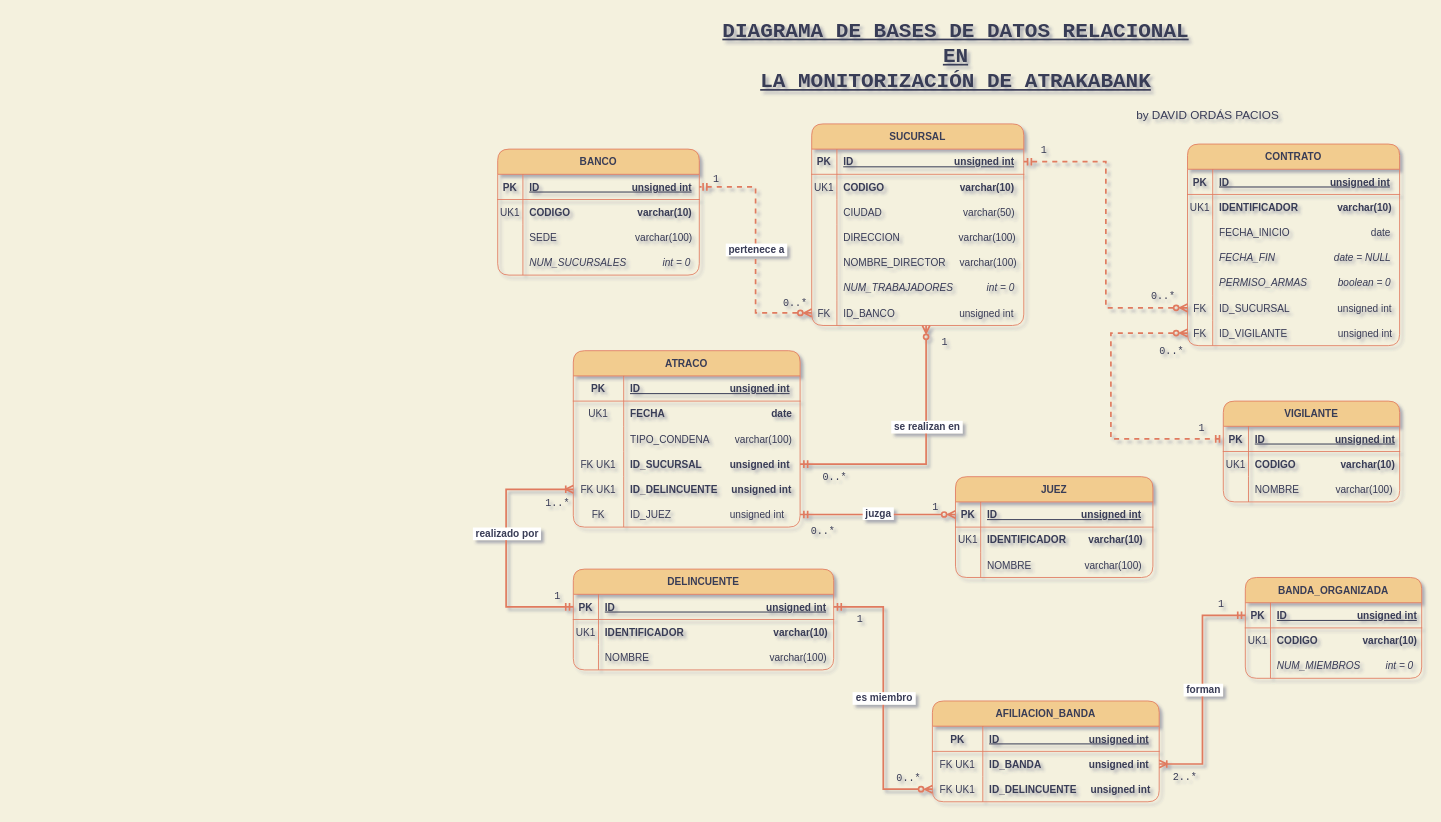
Before: page "Diagrama BBDD" (2 of 3) of diagrams/atrakabank.drawio in davorpa/atrakabank-jpa-hibernate-console, a draw.io diagram. Source tidied: cells renumbered, new cells numbered last; positions are measured from the earlier drawing's top-left corner, leaving out a move shared by most shapes. Both pictures are drawn from the tidied source at 84%, with x=0, y=0 at pixel (497, 14).
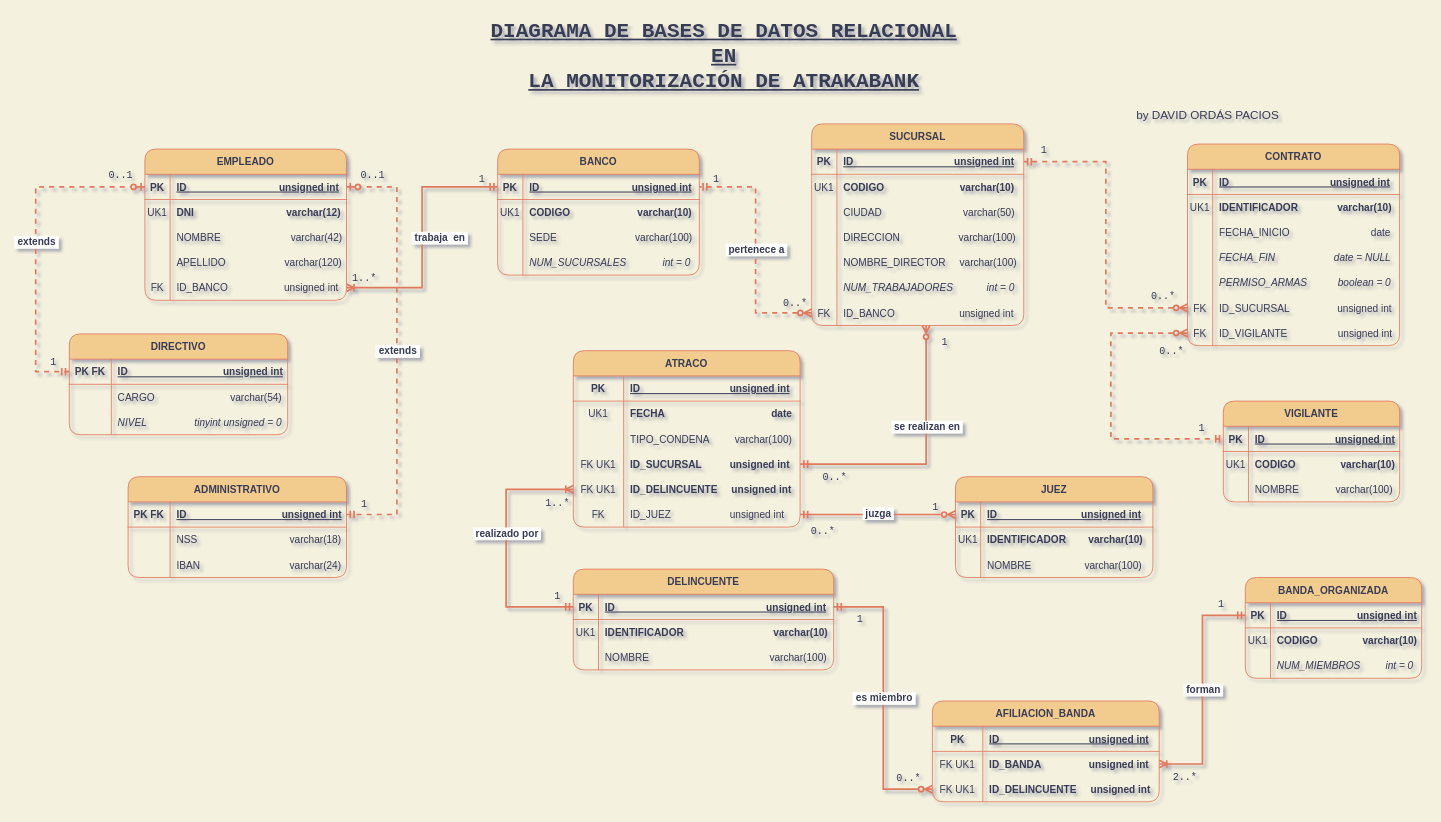
After the change.

The change refers to these unchanged cells:
```xml
<mxCell id="4" style="endArrow=ERmandOne;html=1;rounded=0;edgeStyle=elbowEdgeStyle;labelBackgroundColor=#F4F1DE;strokeColor=#E07A5F;fontColor=#393C56;strokeWidth=2;startArrow=ERzeroToMany;startFill=0;endFill=0;dashed=1;entryX=1;entryY=0.5;entryDx=0;entryDy=0;" parent="1" edge="1" source="51" target="20">
  <mxGeometry relative="1" as="geometry" />
</mxCell>
<mxCell id="20" style="shape=tableRow;horizontal=0;startSize=0;swimlaneHead=0;swimlaneBody=0;fillColor=none;points=[[0,0.5],[1,0.5]];portConstraint=eastwest;top=0;left=0;right=0;bottom=1;labelBackgroundColor=none;fontSize=12;strokeColor=#E07A5F;fontColor=#393C56;rounded=1;" parent="19" vertex="1">
  <mxGeometry y="30" width="240" height="30" as="geometry" />
</mxCell>
```

What changed in the source:
```diff
@@
     <mxCell id="2" value="DIAGRAMA DE BASES DE DATOS RELACIONAL&lt;br style=&quot;font-size: 25px&quot;&gt;EN&lt;br style=&quot;font-size: 25px&quot;&gt;LA MONITORIZACIÓN DE ATRAKABANK" style="text;html=1;align=center;verticalAlign=middle;strokeColor=none;fillColor=none;fontStyle=5;fontSize=25;fontFamily=Courier New;fontColor=#393C56;" parent="1" vertex="1">
-      <mxGeometry x="260" width="570" height="100" as="geometry" />
+      <mxGeometry x="-16" width="570" height="100" as="geometry" />
     </mxCell>
@@
-    <mxCell id="7" value="1" style="edgeLabel;html=1;align=center;verticalAlign=bottom;dashed=1;dashPattern=1 1;strokeWidth=3;labelBackgroundColor=none;fontColor=#393C56;fontSize=12;fontFamily=Courier New;" parent="4" vertex="1">
+    <mxCell id="7" value="&amp;nbsp;1&amp;nbsp;" style="edgeLabel;html=1;align=center;verticalAlign=bottom;dashed=1;dashPattern=1 1;strokeWidth=3;labelBackgroundColor=none;fontColor=#393C56;fontSize=12;fontFamily=Courier New;" parent="4" vertex="1">
       <mxGeometry x="1" relative="1" as="geometry">
         <mxPoint x="20" as="offset" />
       </mxGeometry>
     </mxCell>
@@
+    <mxCell id="160" value="EMPLEADO" style="shape=table;startSize=30;childLayout=tableLayout;rowLines=0;fontStyle=1;align=center;labelBackgroundColor=none;fontSize=12;fillColor=#F2CC8F;strokeColor=#E07A5F;fontColor=#393C56;rounded=1;" parent="1" vertex="1">
+      <mxGeometry x="-420" y="160" width="240" height="180" as="geometry" />
+    </mxCell>
+    <mxCell id="161" style="shape=tableRow;horizontal=0;startSize=0;swimlaneHead=0;swimlaneBody=0;fillColor=none;points=[[0,0.5],[1,0.5]];portConstraint=eastwest;top=0;left=0;right=0;bottom=1;labelBackgroundColor=none;fontSize=12;strokeColor=#E07A5F;fontColor=#393C56;rounded=1;" parent="160" vertex="1">
+      <mxGeometry y="30" width="240" height="30" as="geometry" />
+    </mxCell>
+    <mxCell id="162" value="PK" style="shape=partialRectangle;fillColor=none;top=0;left=0;bottom=0;right=0;fontStyle=1;overflow=hidden;labelBackgroundColor=none;fontSize=12;strokeColor=#E07A5F;fontColor=#393C56;rounded=1;" parent="161" vertex="1">
+      <mxGeometry width="30" height="30" as="geometry" />
+    </mxCell>
+    <mxCell id="163" value="ID                                 unsigned int" style="shape=partialRectangle;fillColor=none;top=0;left=0;bottom=0;right=0;align=left;spacingLeft=6;fontStyle=5;overflow=hidden;labelBackgroundColor=none;fontSize=12;strokeColor=#E07A5F;fontColor=#393C56;rounded=1;" parent="161" vertex="1">
+      <mxGeometry x="30" width="210" height="30" as="geometry" />
+    </mxCell>
+    <mxCell id="164" style="shape=tableRow;horizontal=0;startSize=0;swimlaneHead=0;swimlaneBody=0;fillColor=none;top=0;left=0;right=0;bottom=0;labelBackgroundColor=none;fontSize=12;strokeColor=#E07A5F;fontColor=#393C56;fontStyle=1;rounded=1;" parent="160" vertex="1">
+      <mxGeometry y="60" width="240" height="30" as="geometry" />
+    </mxCell>
+    <mxCell id="165" value="UK1" style="shape=partialRectangle;fillColor=none;top=0;left=0;bottom=0;right=0;overflow=hidden;labelBackgroundColor=none;fontSize=12;strokeColor=#E07A5F;fontColor=#393C56;rounded=1;" parent="164" vertex="1">
+      <mxGeometry width="30" height="30" as="geometry" />
+    </mxCell>
+    <mxCell id="166" value="DNI                                 varchar(12)" style="shape=partialRectangle;fillColor=none;top=0;left=0;bottom=0;right=0;align=left;spacingLeft=6;overflow=hidden;labelBackgroundColor=none;fontSize=12;strokeColor=#E07A5F;fontColor=#393C56;fontStyle=1;rounded=1;" parent="164" vertex="1">
+      <mxGeometry x="30" width="210" height="30" as="geometry" />
+    </mxCell>
+    <mxCell id="167" style="shape=tableRow;horizontal=0;startSize=0;swimlaneHead=0;swimlaneBody=0;fillColor=none;top=0;left=0;right=0;bottom=0;labelBackgroundColor=none;fontSize=12;strokeColor=#E07A5F;fontColor=#393C56;rounded=1;" parent="160" vertex="1">
+      <mxGeometry y="90" width="240" height="30" as="geometry" />
+    </mxCell>
+    <mxCell id="168" style="shape=partialRectangle;fillColor=none;top=0;left=0;bottom=0;right=0;overflow=hidden;labelBackgroundColor=none;fontSize=12;strokeColor=#E07A5F;fontColor=#393C56;rounded=1;" parent="167" vertex="1">
+      <mxGeometry width="30" height="30" as="geometry" />
+    </mxCell>
+    <mxCell id="169" value="NOMBRE                         varchar(42)" style="shape=partialRectangle;fillColor=none;top=0;left=0;bottom=0;right=0;align=left;spacingLeft=6;overflow=hidden;labelBackgroundColor=none;fontSize=12;strokeColor=#E07A5F;fontColor=#393C56;rounded=1;" parent="167" vertex="1">
+      <mxGeometry x="30" width="210" height="30" as="geometry" />
+    </mxCell>
+    <mxCell id="170" style="shape=tableRow;horizontal=0;startSize=0;swimlaneHead=0;swimlaneBody=0;fillColor=none;top=0;left=0;right=0;bottom=0;labelBackgroundColor=none;fontSize=12;strokeColor=#E07A5F;fontColor=#393C56;rounded=1;fontStyle=2;" parent="160" vertex="1">
+      <mxGeometry y="120" width="240" height="30" as="geometry" />
+    </mxCell>
+    <mxCell id="171" style="shape=partialRectangle;fillColor=none;top=0;left=0;bottom=0;right=0;overflow=hidden;labelBackgroundColor=none;fontSize=12;strokeColor=#E07A5F;fontColor=#393C56;rounded=1;" parent="170" vertex="1">
+      <mxGeometry width="30" height="30" as="geometry" />
+    </mxCell>
+    <mxCell id="172" value="APELLIDO                     varchar(120)" style="shape=partialRectangle;fillColor=none;top=0;left=0;bottom=0;right=0;align=left;spacingLeft=6;overflow=hidden;labelBackgroundColor=none;fontSize=12;strokeColor=#E07A5F;fontColor=#393C56;rounded=1;fontStyle=0;" parent="170" vertex="1">
+      <mxGeometry x="30" width="210" height="30" as="geometry" />
+    </mxCell>
+    <mxCell id="173" style="shape=tableRow;horizontal=0;startSize=0;swimlaneHead=0;swimlaneBody=0;fillColor=none;points=[[0,0.5],[1,0.5]];portConstraint=eastwest;top=0;left=0;right=0;bottom=0;labelBackgroundColor=none;fontSize=12;strokeColor=#E07A5F;fontColor=#393C56;rounded=1;fontStyle=2;" parent="160" vertex="1">
+      <mxGeometry y="150" width="240" height="30" as="geometry" />
+    </mxCell>
+    <mxCell id="174" value="FK" style="shape=partialRectangle;fillColor=none;top=0;left=0;bottom=0;right=0;overflow=hidden;labelBackgroundColor=none;fontSize=12;strokeColor=#E07A5F;fontColor=#393C56;rounded=1;" parent="173" vertex="1">
+      <mxGeometry width="30" height="30" as="geometry" />
+    </mxCell>
+    <mxCell id="175" value="ID_BANCO                    unsigned int" style="shape=partialRectangle;fillColor=none;top=0;left=0;bottom=0;right=0;align=left;spacingLeft=6;overflow=hidden;labelBackgroundColor=none;fontSize=12;strokeColor=#E07A5F;fontColor=#393C56;rounded=1;fontStyle=0;" parent="173" vertex="1">
+      <mxGeometry x="30" width="210" height="30" as="geometry" />
+    </mxCell>
+    <mxCell id="176" value="DIRECTIVO" style="shape=table;startSize=30;childLayout=tableLayout;rowLines=0;fontStyle=1;align=center;labelBackgroundColor=none;fontSize=12;fillColor=#F2CC8F;strokeColor=#E07A5F;fontColor=#393C56;rounded=1;" parent="1" vertex="1">
+      <mxGeometry x="-510" y="380" width="260" height="120" as="geometry" />
+    </mxCell>
+    <mxCell id="177" style="shape=tableRow;horizontal=0;startSize=0;swimlaneHead=0;swimlaneBody=0;fillColor=none;points=[[0,0.5],[1,0.5]];portConstraint=eastwest;top=0;left=0;right=0;bottom=1;labelBackgroundColor=none;fontSize=12;strokeColor=#E07A5F;fontColor=#393C56;rounded=1;" parent="176" vertex="1">
+      <mxGeometry y="30" width="260" height="30" as="geometry" />
+    </mxCell>
+    <mxCell id="178" value="PK FK" style="shape=partialRectangle;fillColor=none;top=0;left=0;bottom=0;right=0;fontStyle=1;overflow=hidden;labelBackgroundColor=none;fontSize=12;strokeColor=#E07A5F;fontColor=#393C56;rounded=1;align=center;" parent="177" vertex="1">
+      <mxGeometry width="50" height="30" as="geometry" />
+    </mxCell>
+    <mxCell id="179" value="ID                                  unsigned int" style="shape=partialRectangle;fillColor=none;top=0;left=0;bottom=0;right=0;align=left;spacingLeft=6;fontStyle=5;overflow=hidden;labelBackgroundColor=none;fontSize=12;strokeColor=#E07A5F;fontColor=#393C56;rounded=1;" parent="177" vertex="1">
+      <mxGeometry x="50" width="210" height="30" as="geometry" />
+    </mxCell>
+    <mxCell id="180" style="shape=tableRow;horizontal=0;startSize=0;swimlaneHead=0;swimlaneBody=0;fillColor=none;top=0;left=0;right=0;bottom=0;labelBackgroundColor=none;fontSize=12;strokeColor=#E07A5F;fontColor=#393C56;rounded=1;" parent="176" vertex="1">
+      <mxGeometry y="60" width="260" height="30" as="geometry" />
+    </mxCell>
+    <mxCell id="181" style="shape=partialRectangle;fillColor=none;top=0;left=0;bottom=0;right=0;overflow=hidden;labelBackgroundColor=none;fontSize=12;strokeColor=#E07A5F;fontColor=#393C56;rounded=1;" parent="180" vertex="1">
+      <mxGeometry width="50" height="30" as="geometry" />
+    </mxCell>
+    <mxCell id="182" value="CARGO                           varchar(54)" style="shape=partialRectangle;fillColor=none;top=0;left=0;bottom=0;right=0;align=left;spacingLeft=6;overflow=hidden;labelBackgroundColor=none;fontSize=12;strokeColor=#E07A5F;fontColor=#393C56;rounded=1;" parent="180" vertex="1">
+      <mxGeometry x="50" width="210" height="30" as="geometry" />
+    </mxCell>
+    <mxCell id="183" style="shape=tableRow;horizontal=0;startSize=0;swimlaneHead=0;swimlaneBody=0;fillColor=none;top=0;left=0;right=0;bottom=0;labelBackgroundColor=none;fontSize=12;strokeColor=#E07A5F;fontColor=#393C56;rounded=1;fontStyle=2;" parent="176" vertex="1">
+      <mxGeometry y="90" width="260" height="30" as="geometry" />
+    </mxCell>
+    <mxCell id="184" style="shape=partialRectangle;fillColor=none;top=0;left=0;bottom=0;right=0;overflow=hidden;labelBackgroundColor=none;fontSize=12;strokeColor=#E07A5F;fontColor=#393C56;rounded=1;" parent="183" vertex="1">
+      <mxGeometry width="50" height="30" as="geometry" />
+    </mxCell>
+    <mxCell id="185" value="NIVEL                 tinyint unsigned = 0" style="shape=partialRectangle;fillColor=none;top=0;left=0;bottom=0;right=0;align=left;spacingLeft=6;overflow=hidden;labelBackgroundColor=none;fontSize=12;strokeColor=#E07A5F;fontColor=#393C56;rounded=1;fontStyle=2;" parent="183" vertex="1">
+      <mxGeometry x="50" width="210" height="30" as="geometry" />
+    </mxCell>
+    <mxCell id="186" style="endArrow=ERzeroToOne;html=1;rounded=0;edgeStyle=elbowEdgeStyle;labelBackgroundColor=#F4F1DE;strokeColor=#E07A5F;fontColor=#393C56;strokeWidth=2;startArrow=ERmandOne;startFill=0;endFill=0;entryX=0;entryY=0.5;entryDx=0;entryDy=0;dashed=1;" parent="1" edge="1" source="177" target="161">
+      <mxGeometry relative="1" as="geometry">
+        <Array as="points">
+          <mxPoint x="-550" y="320" />
+          <mxPoint x="-590" y="318" />
+        </Array>
+      </mxGeometry>
+    </mxCell>
+    <mxCell id="187" value="&amp;nbsp;extends&amp;nbsp;" style="edgeLabel;html=1;align=center;verticalAlign=middle;dashed=1;dashPattern=1 1;strokeWidth=3;labelBackgroundColor=default;fontColor=#393C56;fontSize=12;fontStyle=1;rotation=0;" parent="186" vertex="1">
+      <mxGeometry relative="1" as="geometry" />
+    </mxCell>
+    <mxCell id="188" value="&amp;nbsp;1&amp;nbsp;" style="edgeLabel;html=1;align=center;verticalAlign=bottom;dashed=1;dashPattern=1 1;strokeWidth=3;labelBackgroundColor=none;fontColor=#393C56;fontSize=12;fontFamily=Courier New;" parent="186" vertex="1">
+      <mxGeometry x="-1" relative="1" as="geometry">
+        <mxPoint x="-20" y="-3" as="offset" />
+      </mxGeometry>
+    </mxCell>
+    <mxCell id="189" value="&amp;nbsp;0..1&amp;nbsp;" style="edgeLabel;html=1;align=center;verticalAlign=bottom;dashed=1;dashPattern=1 1;strokeWidth=3;labelBackgroundColor=none;fontColor=#393C56;fontSize=12;fontFamily=Courier New;" parent="186" vertex="1">
+      <mxGeometry x="1" relative="1" as="geometry">
+        <mxPoint x="-30" y="-5" as="offset" />
+      </mxGeometry>
+    </mxCell>
+    <mxCell id="190" value="ADMINISTRATIVO" style="shape=table;startSize=30;childLayout=tableLayout;rowLines=0;fontStyle=1;align=center;labelBackgroundColor=none;fontSize=12;fillColor=#F2CC8F;strokeColor=#E07A5F;fontColor=#393C56;rounded=1;" parent="1" vertex="1">
+      <mxGeometry x="-440" y="550" width="260" height="120" as="geometry" />
+    </mxCell>
+    <mxCell id="191" style="shape=tableRow;horizontal=0;startSize=0;swimlaneHead=0;swimlaneBody=0;fillColor=none;points=[[0,0.5],[1,0.5]];portConstraint=eastwest;top=0;left=0;right=0;bottom=1;labelBackgroundColor=none;fontSize=12;strokeColor=#E07A5F;fontColor=#393C56;rounded=1;" parent="190" vertex="1">
+      <mxGeometry y="30" width="260" height="30" as="geometry" />
+    </mxCell>
+    <mxCell id="192" value="PK FK" style="shape=partialRectangle;fillColor=none;top=0;left=0;bottom=0;right=0;fontStyle=1;overflow=hidden;labelBackgroundColor=none;fontSize=12;strokeColor=#E07A5F;fontColor=#393C56;rounded=1;align=center;" parent="191" vertex="1">
+      <mxGeometry width="50" height="30" as="geometry" />
+    </mxCell>
+    <mxCell id="193" value="ID                                  unsigned int" style="shape=partialRectangle;fillColor=none;top=0;left=0;bottom=0;right=0;align=left;spacingLeft=6;fontStyle=5;overflow=hidden;labelBackgroundColor=none;fontSize=12;strokeColor=#E07A5F;fontColor=#393C56;rounded=1;" parent="191" vertex="1">
+      <mxGeometry x="50" width="210" height="30" as="geometry" />
+    </mxCell>
+    <mxCell id="194" style="shape=tableRow;horizontal=0;startSize=0;swimlaneHead=0;swimlaneBody=0;fillColor=none;top=0;left=0;right=0;bottom=0;labelBackgroundColor=none;fontSize=12;strokeColor=#E07A5F;fontColor=#393C56;rounded=1;" parent="190" vertex="1">
+      <mxGeometry y="60" width="260" height="30" as="geometry" />
+    </mxCell>
+    <mxCell id="195" style="shape=partialRectangle;fillColor=none;top=0;left=0;bottom=0;right=0;overflow=hidden;labelBackgroundColor=none;fontSize=12;strokeColor=#E07A5F;fontColor=#393C56;rounded=1;" parent="194" vertex="1">
+      <mxGeometry width="50" height="30" as="geometry" />
+    </mxCell>
+    <mxCell id="196" value="NSS                                 varchar(18)" style="shape=partialRectangle;fillColor=none;top=0;left=0;bottom=0;right=0;align=left;spacingLeft=6;overflow=hidden;labelBackgroundColor=none;fontSize=12;strokeColor=#E07A5F;fontColor=#393C56;rounded=1;" parent="194" vertex="1">
+      <mxGeometry x="50" width="210" height="30" as="geometry" />
+    </mxCell>
+    <mxCell id="197" style="shape=tableRow;horizontal=0;startSize=0;swimlaneHead=0;swimlaneBody=0;fillColor=none;top=0;left=0;right=0;bottom=0;labelBackgroundColor=none;fontSize=12;strokeColor=#E07A5F;fontColor=#393C56;rounded=1;fontStyle=2;" parent="190" vertex="1">
+      <mxGeometry y="90" width="260" height="30" as="geometry" />
+    </mxCell>
+    <mxCell id="198" style="shape=partialRectangle;fillColor=none;top=0;left=0;bottom=0;right=0;overflow=hidden;labelBackgroundColor=none;fontSize=12;strokeColor=#E07A5F;fontColor=#393C56;rounded=1;" parent="197" vertex="1">
+      <mxGeometry width="50" height="30" as="geometry" />
+    </mxCell>
+    <mxCell id="199" value="IBAN                                varchar(24)" style="shape=partialRectangle;fillColor=none;top=0;left=0;bottom=0;right=0;align=left;spacingLeft=6;overflow=hidden;labelBackgroundColor=none;fontSize=12;strokeColor=#E07A5F;fontColor=#393C56;rounded=1;fontStyle=0;" parent="197" vertex="1">
+      <mxGeometry x="50" width="210" height="30" as="geometry" />
+    </mxCell>
+    <mxCell id="200" style="endArrow=ERzeroToOne;html=1;rounded=0;edgeStyle=elbowEdgeStyle;labelBackgroundColor=#F4F1DE;strokeColor=#E07A5F;fontColor=#393C56;strokeWidth=2;startArrow=ERmandOne;startFill=0;endFill=0;dashed=1;" parent="1" edge="1" source="191" target="161">
+      <mxGeometry relative="1" as="geometry">
+        <Array as="points">
+          <mxPoint x="-120" y="390" />
+          <mxPoint x="-140" y="560" />
+          <mxPoint x="-480" y="470" />
+          <mxPoint x="-520" y="468" />
+        </Array>
+      </mxGeometry>
+    </mxCell>
+    <mxCell id="201" value="&amp;nbsp;extends&amp;nbsp;" style="edgeLabel;html=1;align=center;verticalAlign=middle;dashed=1;dashPattern=1 1;strokeWidth=3;labelBackgroundColor=default;fontColor=#393C56;fontSize=12;fontStyle=1;rotation=0;" parent="200" vertex="1">
+      <mxGeometry relative="1" as="geometry" />
+    </mxCell>
+    <mxCell id="202" value="&amp;nbsp;1&amp;nbsp;" style="edgeLabel;html=1;align=center;verticalAlign=bottom;dashed=1;dashPattern=1 1;strokeWidth=3;labelBackgroundColor=none;fontColor=#393C56;fontSize=12;fontFamily=Courier New;" parent="200" vertex="1">
+      <mxGeometry x="-1" relative="1" as="geometry">
+        <mxPoint x="20" y="-3" as="offset" />
+      </mxGeometry>
+    </mxCell>
+    <mxCell id="203" value="&amp;nbsp;0..1&amp;nbsp;" style="edgeLabel;html=1;align=center;verticalAlign=bottom;dashed=1;dashPattern=1 1;strokeWidth=3;labelBackgroundColor=none;fontColor=#393C56;fontSize=12;fontFamily=Courier New;" parent="200" vertex="1">
+      <mxGeometry x="1" relative="1" as="geometry">
+        <mxPoint x="30" y="-5" as="offset" />
+      </mxGeometry>
+    </mxCell>
+    <mxCell id="204" style="endArrow=ERmandOne;html=1;rounded=0;edgeStyle=elbowEdgeStyle;labelBackgroundColor=#F4F1DE;strokeColor=#E07A5F;fontColor=#393C56;strokeWidth=2;startArrow=ERoneToMany;startFill=0;endFill=0;entryX=0;entryY=0.5;entryDx=0;entryDy=0;" parent="1" edge="1" source="173" target="20">
+      <mxGeometry relative="1" as="geometry" />
+    </mxCell>
+    <mxCell id="205" value="&amp;nbsp;1..*&amp;nbsp;" style="edgeLabel;html=1;align=center;verticalAlign=bottom;dashed=1;dashPattern=1 1;strokeWidth=3;labelBackgroundColor=none;fontColor=#393C56;fontSize=12;fontFamily=Courier New;" parent="204" vertex="1">
+      <mxGeometry x="-1" relative="1" as="geometry">
+        <mxPoint x="20" y="-3" as="offset" />
+      </mxGeometry>
+    </mxCell>
+    <mxCell id="206" value="&amp;nbsp;1&amp;nbsp;" style="edgeLabel;html=1;align=center;verticalAlign=bottom;dashed=1;dashPattern=1 1;strokeWidth=3;labelBackgroundColor=none;fontColor=#393C56;fontSize=12;fontFamily=Courier New;" parent="204" vertex="1">
+      <mxGeometry x="1" relative="1" as="geometry">
+        <mxPoint x="-20" as="offset" />
+      </mxGeometry>
+    </mxCell>
+    <mxCell id="207" value="&amp;nbsp;trabaja&amp;nbsp; en&amp;nbsp;" style="edgeLabel;html=1;align=center;verticalAlign=middle;dashed=1;dashPattern=1 1;strokeWidth=3;labelBackgroundColor=default;fontColor=#393C56;fontSize=12;fontStyle=1;rotation=0;" parent="204" vertex="1">
+      <mxGeometry relative="1" as="geometry">
+        <mxPoint x="20" as="offset" />
+      </mxGeometry>
+    </mxCell>
```
